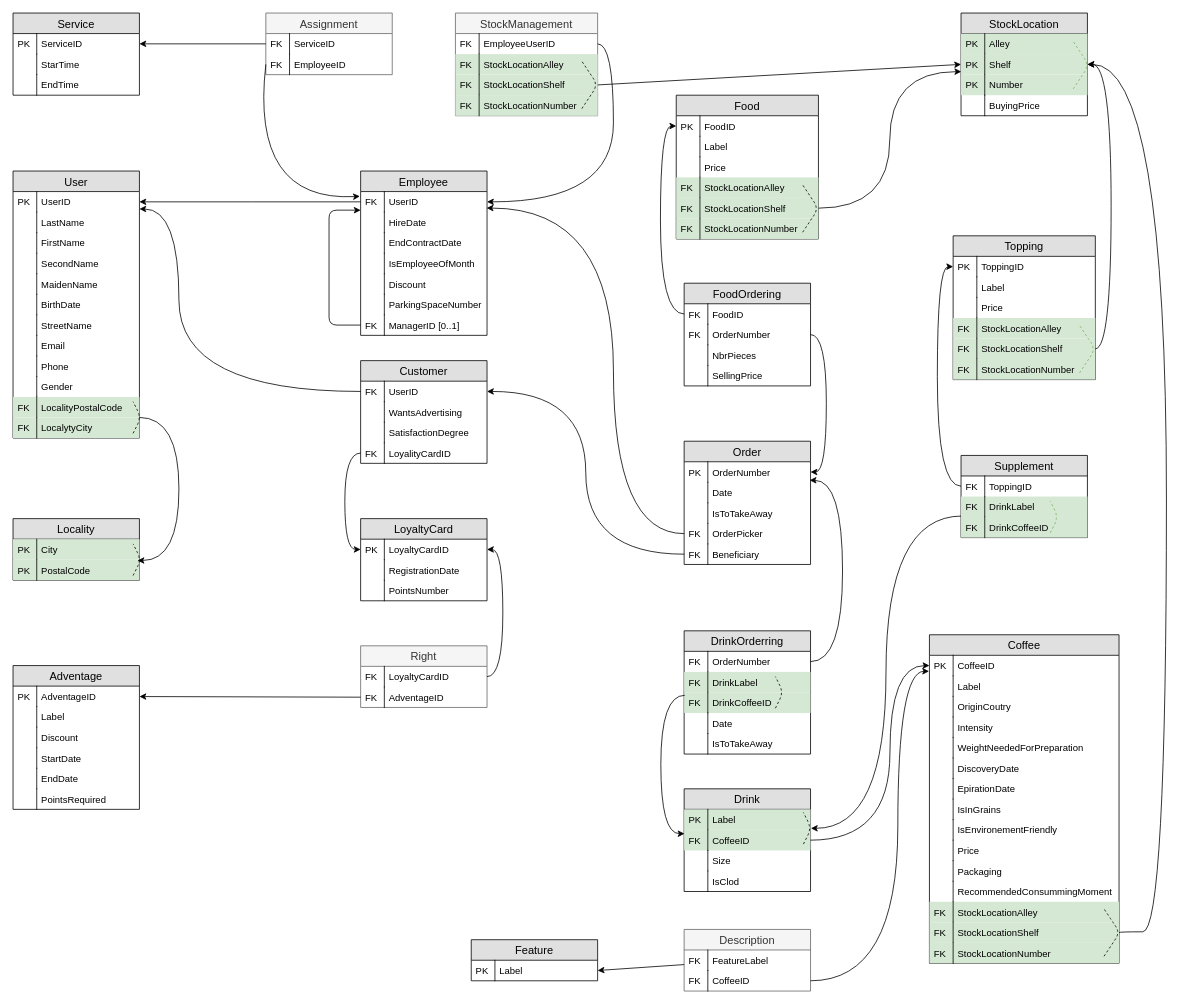
Above: schéma logique relationnel.drawio in DrakeXorn/CoffIG (draw.io), before the change. Source tidied: cells renumbered, new cells numbered last; positions are measured from the earlier drawing's top-left corner, leaving out a move shared by most shapes. Both pictures are drawn from the tidied source at 79%, with x=0, y=0 at pixel (13, 13).
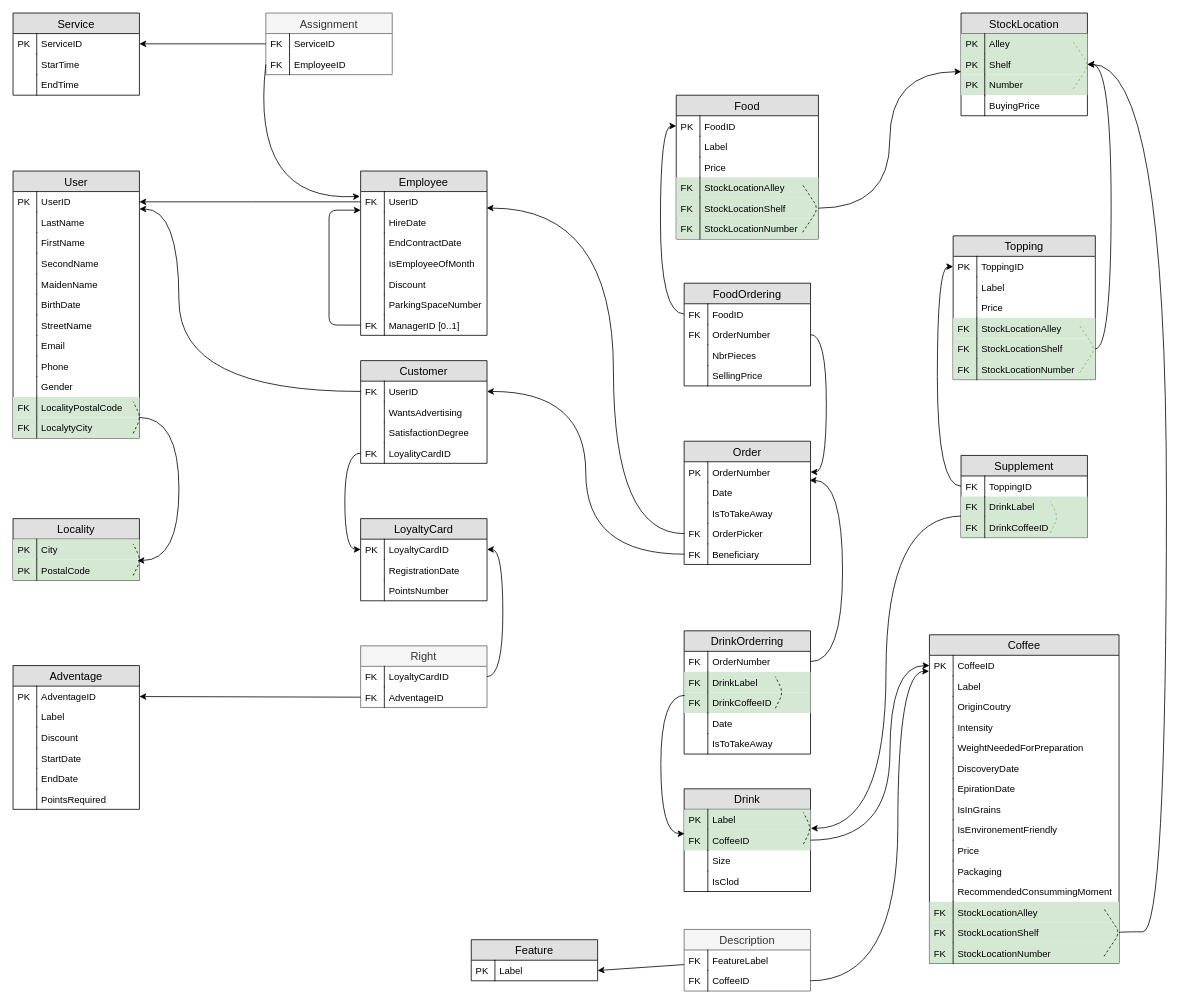
The same page after the edit.

The change refers to these unchanged cells:
```xml
<mxCell id="15" value="UserID" style="shape=partialRectangle;top=0;left=0;right=0;bottom=0;align=left;verticalAlign=top;fillColor=none;spacingLeft=34;spacingRight=4;overflow=hidden;points=[[0,0.5],[1,0.5]];portConstraint=eastwest;fontSize=12;" parent="14" vertex="1">
  <mxGeometry y="26" width="160" height="26" as="geometry" />
</mxCell>
<mxCell id="118" value="Shelf" style="shape=partialRectangle;top=0;left=0;right=0;bottom=0;align=left;verticalAlign=top;fillColor=#d5e8d4;spacingLeft=34;spacingRight=4;overflow=hidden;points=[[0,0.5],[1,0.5]];portConstraint=eastwest;fontSize=12;strokeColor=#82b366;" parent="115" vertex="1">
  <mxGeometry y="52" width="160" height="26" as="geometry" />
</mxCell>
```

Diff of the diagram source:
```diff
@@
-    <mxCell id="32" value="StockManagement" style="swimlane;fontStyle=0;horizontal=1;startSize=26;fillColor=#f5f5f5;swimlaneFillColor=#ffffff;align=center;fontSize=14;strokeColor=#666666;fontColor=#333333;" parent="1" vertex="1">
-      <mxGeometry x="560" width="180" height="130" as="geometry" />
-    </mxCell>
-    <mxCell id="33" value="EmployeeUserID" style="shape=partialRectangle;top=0;left=0;right=0;bottom=0;align=left;verticalAlign=top;fillColor=none;spacingLeft=34;spacingRight=4;overflow=hidden;points=[[0,0.5],[1,0.5]];portConstraint=eastwest;fontSize=12;" parent="32" vertex="1">
-      <mxGeometry y="26" width="180" height="26" as="geometry" />
-    </mxCell>
-    <mxCell id="34" value="FK" style="shape=partialRectangle;top=0;left=0;bottom=0;fillColor=none;align=left;verticalAlign=top;spacingLeft=4;spacingRight=4;overflow=hidden;fontSize=12;" parent="33" vertex="1">
-      <mxGeometry width="30" height="26" as="geometry" />
-    </mxCell>
-    <mxCell id="35" value="StockLocationAlley" style="shape=partialRectangle;top=0;left=0;right=0;bottom=0;align=left;verticalAlign=top;fillColor=#d5e8d4;spacingLeft=34;spacingRight=4;overflow=hidden;fontSize=12;strokeColor=#82b366;" parent="32" vertex="1">
-      <mxGeometry y="52" width="180" height="26" as="geometry" />
-    </mxCell>
-    <mxCell id="36" value="FK" style="shape=partialRectangle;top=0;left=0;bottom=0;fillColor=none;align=left;verticalAlign=top;spacingLeft=4;spacingRight=4;overflow=hidden;fontSize=12;" parent="35" vertex="1">
-      <mxGeometry width="30" height="26" as="geometry" />
-    </mxCell>
-    <mxCell id="37" value="StockLocationShelf" style="shape=partialRectangle;top=0;left=0;right=0;bottom=0;align=left;verticalAlign=top;fillColor=#d5e8d4;spacingLeft=34;spacingRight=4;overflow=hidden;points=[[0,0.5],[1,0.5]];portConstraint=eastwest;fontSize=12;strokeColor=#82b366;" parent="32" vertex="1">
-      <mxGeometry y="78" width="180" height="26" as="geometry" />
-    </mxCell>
-    <mxCell id="38" value="FK" style="shape=partialRectangle;top=0;left=0;bottom=0;fillColor=none;align=left;verticalAlign=top;spacingLeft=4;spacingRight=4;overflow=hidden;fontSize=12;" parent="37" vertex="1">
-      <mxGeometry width="30" height="26" as="geometry" />
-    </mxCell>
-    <mxCell id="39" value="StockLocationNumber" style="shape=partialRectangle;top=0;left=0;right=0;bottom=0;align=left;verticalAlign=top;fillColor=#d5e8d4;spacingLeft=34;spacingRight=4;overflow=hidden;fontSize=12;strokeColor=#82b366;" parent="32" vertex="1">
-      <mxGeometry y="104" width="180" height="26" as="geometry" />
-    </mxCell>
-    <mxCell id="40" value="FK" style="shape=partialRectangle;top=0;left=0;bottom=0;fillColor=none;align=left;verticalAlign=top;spacingLeft=4;spacingRight=4;overflow=hidden;fontSize=12;" parent="39" vertex="1">
-      <mxGeometry width="30" height="26" as="geometry" />
-    </mxCell>
-    <mxCell id="41" style="endArrow=none;dashed=1;html=1;" parent="32" edge="1">
-      <mxGeometry relative="1" as="geometry">
-        <mxPoint x="160" y="121" as="sourcePoint" />
-        <mxPoint x="160" y="61" as="targetPoint" />
-        <Array as="points">
-          <mxPoint x="180" y="91" />
-        </Array>
-      </mxGeometry>
-    </mxCell>
-    <mxCell id="42" style="edgeStyle=orthogonalEdgeStyle;curved=1;jettySize=auto;html=1;entryX=1;entryY=0.5;entryDx=0;entryDy=0;exitX=1;exitY=0.5;exitDx=0;exitDy=0;startArrow=classic;startFill=1;endArrow=none;endFill=0;" parent="1" edge="1" source="15" target="33">
-      <mxGeometry relative="1" as="geometry">
-        <Array as="points">
-          <mxPoint x="760" y="239" />
-          <mxPoint x="760" y="39" />
-        </Array>
-      </mxGeometry>
-    </mxCell>
@@
-    <mxCell id="125" style="jettySize=auto;html=1;exitX=1;exitY=0.5;exitDx=0;exitDy=0;entryX=0;entryY=0.5;entryDx=0;entryDy=0;" parent="1" edge="1" source="37" target="118">
-      <mxGeometry relative="1" as="geometry" />
-    </mxCell>
```
